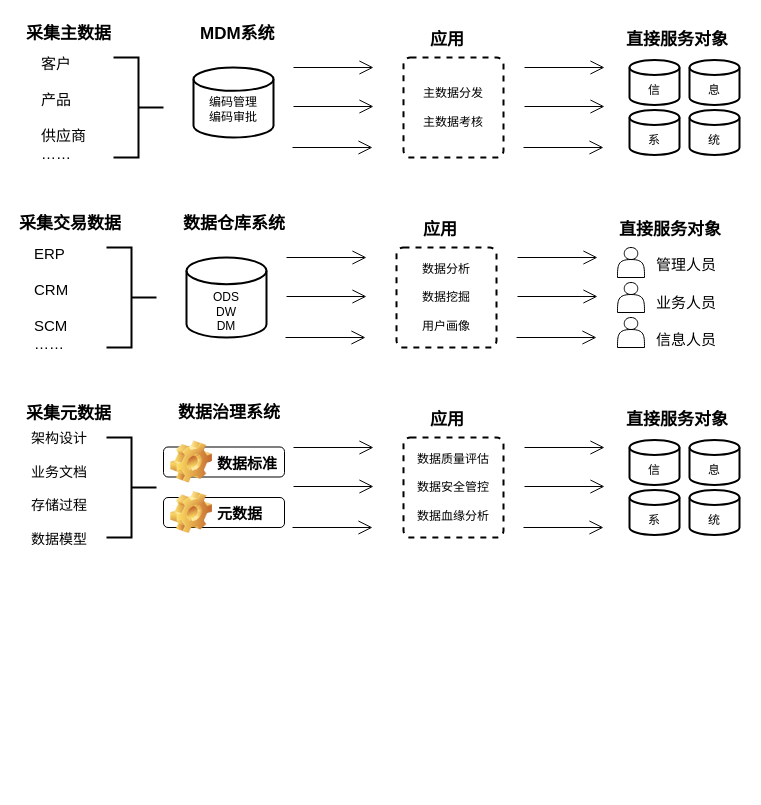
Earlier version of the draw.io diagram 数据治理.drawio (aubao/aubao). Source tidied: cells renumbered, new cells numbered last; positions are measured from the earlier drawing's top-left corner, leaving out a move shared by most shapes. Both pictures are drawn from the tidied source at 100%, with x=0, y=0 at pixel (17, 17).
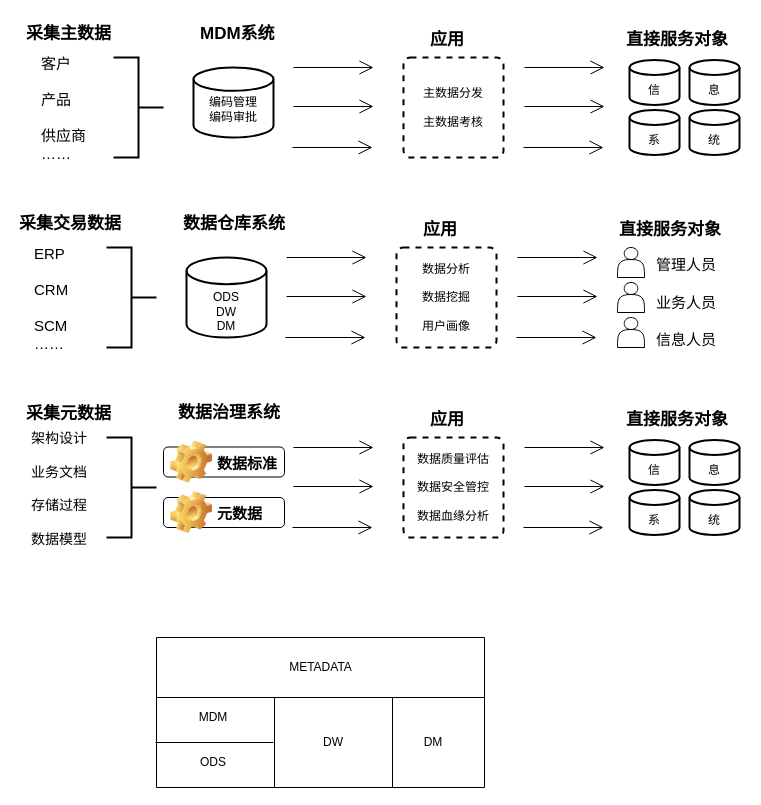
Above is the later version.

Commit message:
更新数据治理.drawio

Change to the diagram source:
```diff
@@
+    <mxCell id="59" style="verticalLabelPosition=bottom;verticalAlign=top;html=1;shape=mxgraph.basic.rect;fillColor=#ffffff;fillColor2=none;strokeColor=#000000;strokeWidth=1;size=20;indent=5;" parent="1" vertex="1">
+      <mxGeometry x="139" y="680" width="328" height="90" as="geometry" />
+    </mxCell>
+    <mxCell id="60" style="shape=partialRectangle;whiteSpace=wrap;html=1;top=0;bottom=0;fillColor=none;" parent="1" vertex="1">
+      <mxGeometry x="257" y="680" width="118" height="90" as="geometry" />
+    </mxCell>
+    <mxCell id="61" value="ODS" style="text;html=1;strokeColor=none;fillColor=none;align=center;verticalAlign=middle;whiteSpace=wrap;rounded=0;" parent="1" vertex="1">
+      <mxGeometry x="176" y="735" width="40" height="20" as="geometry" />
+    </mxCell>
+    <mxCell id="62" value="MDM" style="text;html=1;strokeColor=none;fillColor=none;align=center;verticalAlign=middle;whiteSpace=wrap;rounded=0;" parent="1" vertex="1">
+      <mxGeometry x="176" y="690" width="40" height="20" as="geometry" />
+    </mxCell>
+    <mxCell id="63" value="DW" style="text;html=1;strokeColor=none;fillColor=none;align=center;verticalAlign=middle;whiteSpace=wrap;rounded=0;" parent="1" vertex="1">
+      <mxGeometry x="296" y="715" width="40" height="20" as="geometry" />
+    </mxCell>
+    <mxCell id="64" style="line;strokeWidth=1;html=1;" parent="1" vertex="1">
+      <mxGeometry x="138" y="720" width="118" height="10" as="geometry" />
+    </mxCell>
+    <mxCell id="65" value="DM" style="text;html=1;strokeColor=none;fillColor=none;align=center;verticalAlign=middle;whiteSpace=wrap;rounded=0;" parent="1" vertex="1">
+      <mxGeometry x="396" y="715" width="40" height="20" as="geometry" />
+    </mxCell>
+    <mxCell id="66" value="METADATA" style="verticalLabelPosition=middle;verticalAlign=middle;html=1;shape=mxgraph.basic.rect;fillColor=#ffffff;fillColor2=none;strokeColor=#000000;strokeWidth=1;size=20;indent=5;labelPosition=center;align=center;" parent="1" vertex="1">
+      <mxGeometry x="139" y="620" width="328" height="60" as="geometry" />
+    </mxCell>
```
